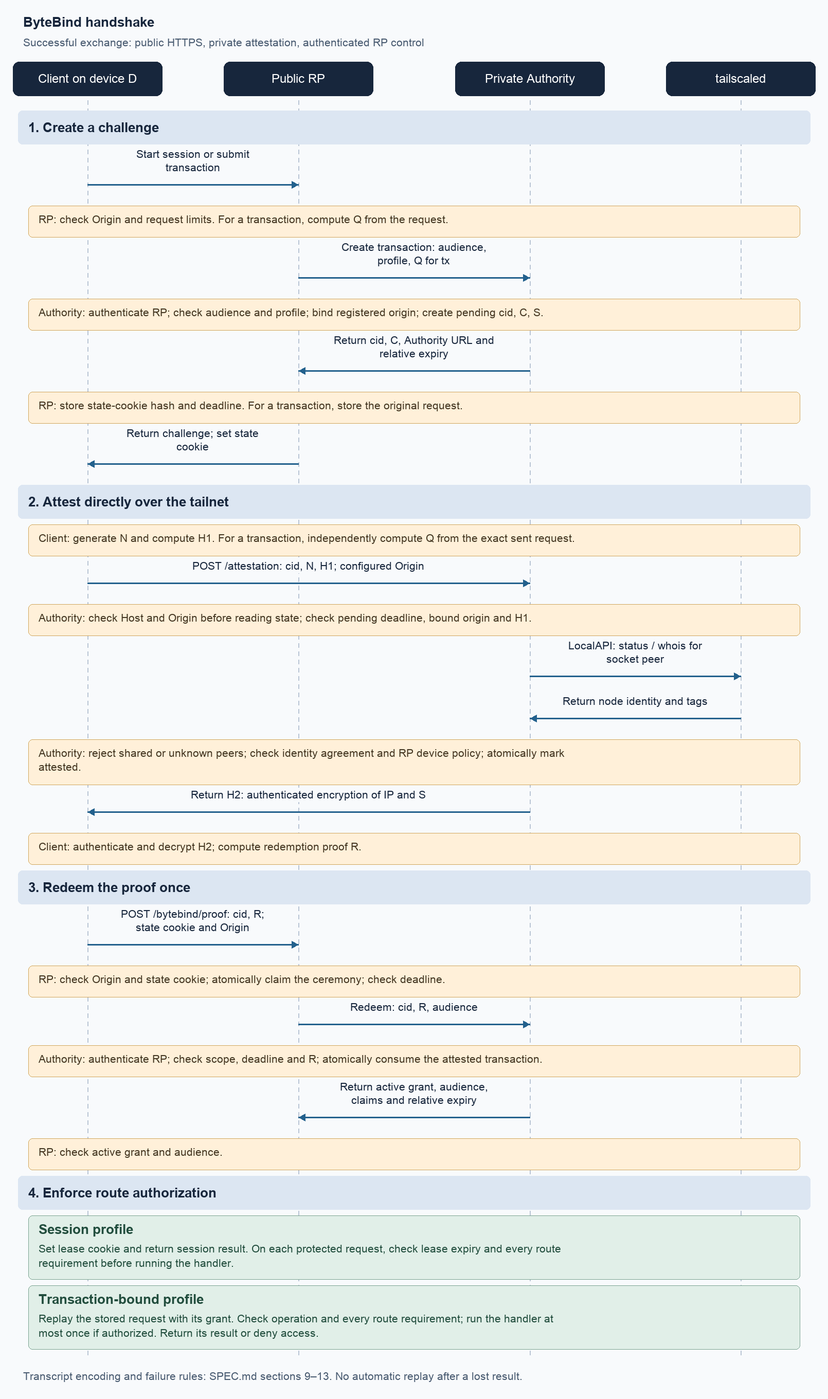
Above: docs/diagrams/handshake.png in BytesAndCoffee/bytebind (Mermaid), before the change. Its source is kept beside it as docs/diagrams/handshake.mmd.
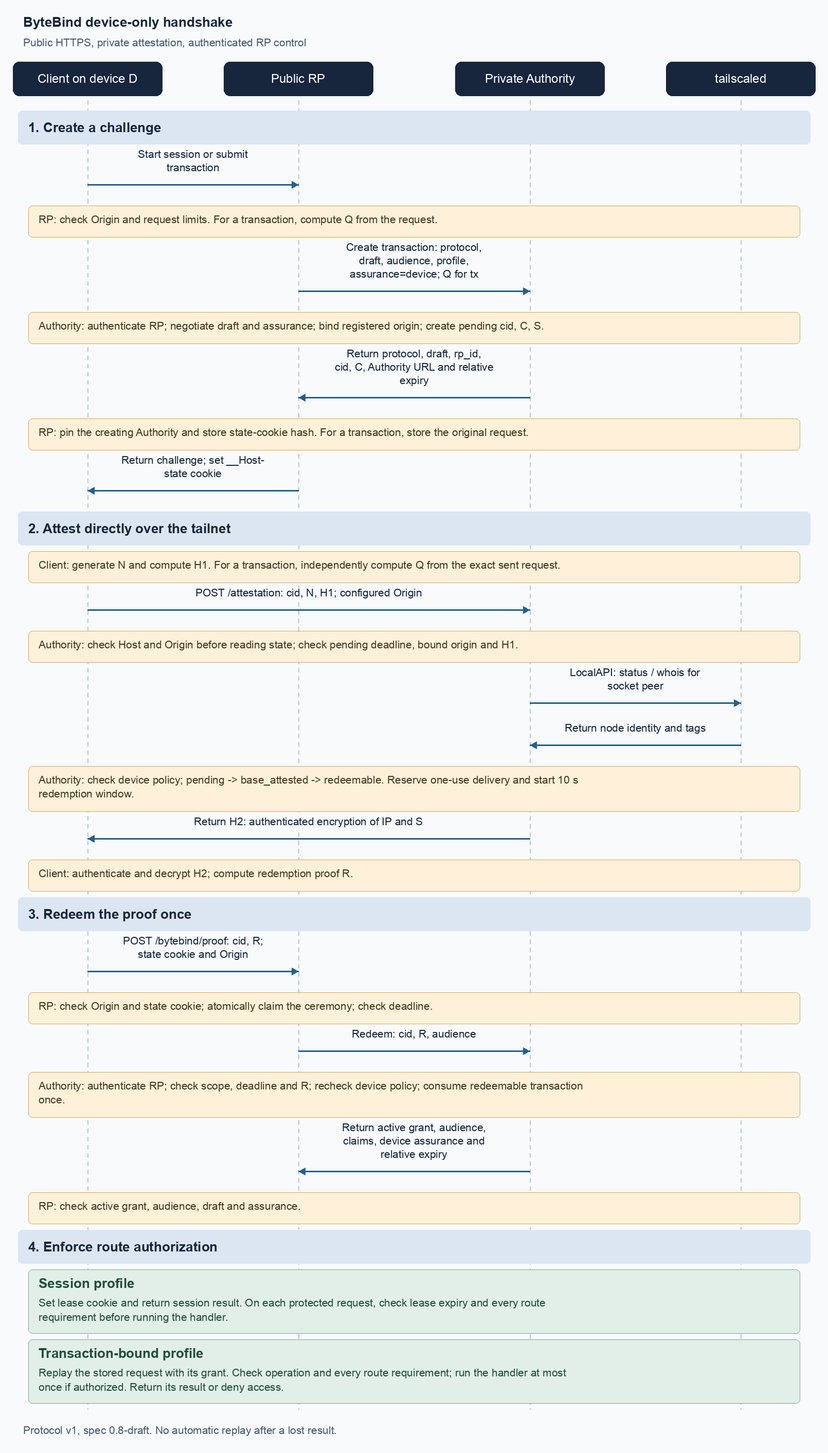
Later version of the same file.

Diff of the diagram source:
```diff
@@ -7,27 +7,27 @@
 
     C->>RP: Start session or submit protected transaction
     Note over RP: Check Origin and request limits<br/>For tx, compute Q from the request
-    RP->>A: POST /v1/transaction: audience, profile, Q for tx
-    Note over A: Authenticate RP; check audience and profile<br/>Bind registered origin; create pending cid, C, S
-    A-->>RP: cid, C, Authority URL, relative expiry
+    RP->>A: POST /v1/transaction: protocol, draft, audience, profile, assurance=device, Q for tx
+    Note over A: Authenticate RP; negotiate draft and assurance<br/>Bind registered origin; create pending cid, C, S
+    A-->>RP: protocol, draft, rp_id, cid, C, Authority URL, relative expiry
     Note over RP: Store state-cookie hash and deadline<br/>For tx, store the original request
-    RP-->>C: cid, C, Authority URL; set state cookie
+    RP-->>C: protocol, draft, cid, C, Authority URL; set __Host- state cookie
 
     Note over C: Generate N; compute H1<br/>For tx, compute Q from the exact sent request
     C->>A: POST /attestation: cid, N, H1; configured Origin
     Note over A: Check Host and Origin before reading state<br/>Check pending deadline, bound origin, and H1
     A->>TS: status / whois for socket peer address
     TS-->>A: Authenticated node identity and tags
-    Note over A: Reject shared or unknown peers<br/>Check identity agreement and RP device policy<br/>Atomically transition pending to attested
+    Note over A: Reject shared or unknown peers<br/>Check identity agreement and RP device policy<br/>pending → base_attested → redeemable<br/>Reserve one-use delivery and start 10 s redemption window
     A-->>C: H2: authenticated encryption of IP and S
     Note over C: Authenticate and decrypt H2<br/>Compute redemption proof R
 
     C->>RP: POST /bytebind/proof: cid, R; state cookie and Origin
     Note over RP: Check Origin and state cookie<br/>Atomically claim ceremony; check deadline
     RP->>A: POST /v1/redemption: cid, R, audience
-    Note over A: Authenticate RP; check scope, deadline, and R<br/>Atomically consume attested transaction
-    A-->>RP: Active grant, audience, allowed claims, relative expiry
-    Note over RP: Check active grant and audience
+    Note over A: Authenticate RP; check scope, deadline, and R<br/>Recheck current device policy; redeem once
+    A-->>RP: Active grant, audience, claims, device assurance, relative expiry
+    Note over RP: Check active grant, audience, draft and assurance
 
     alt Session profile
         RP-->>C: Set lease cookie; return session result
```
